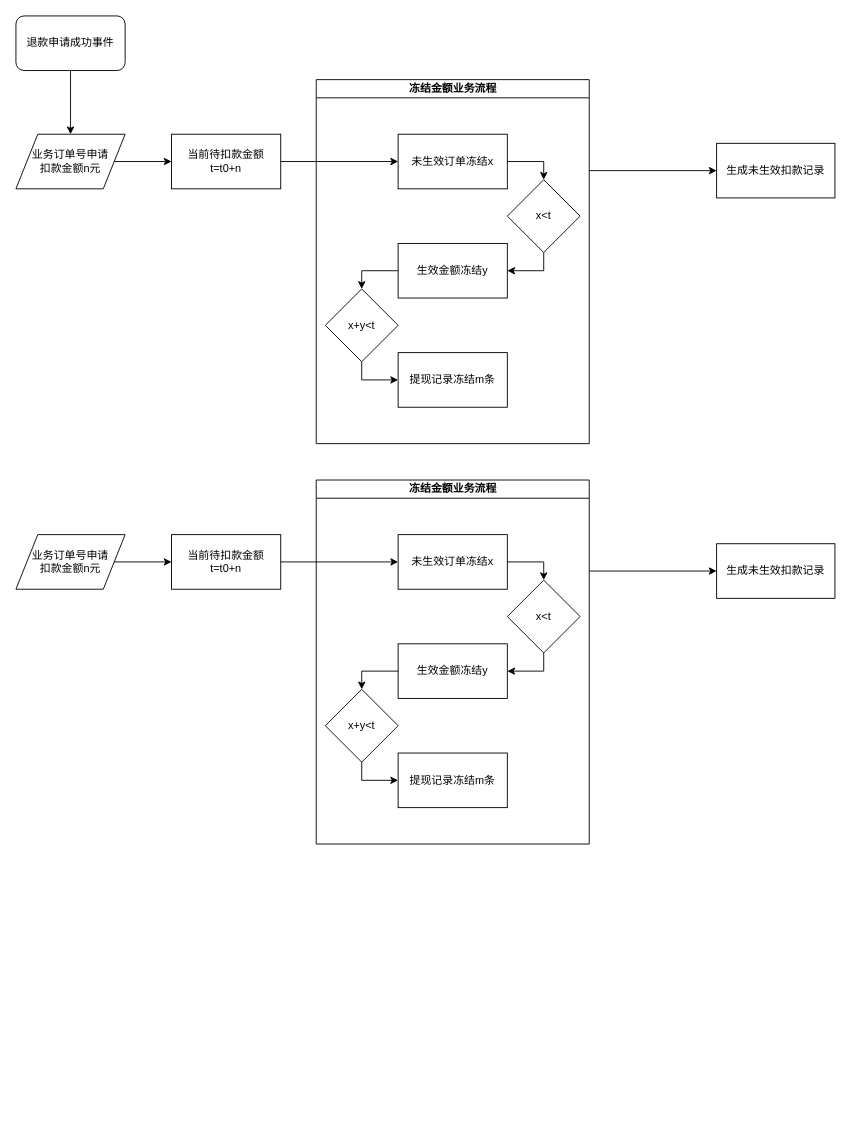
Above: StudyDemo/src/冲账生命周期.drawio in keyeze/StudyPlace (draw.io), before the change. Source tidied: cells renumbered, new cells numbered last; positions are measured from the earlier drawing's top-left corner, leaving out a move shared by most shapes. Both pictures are drawn from the tidied source at 91%, with x=0, y=0 at pixel (15, 15).
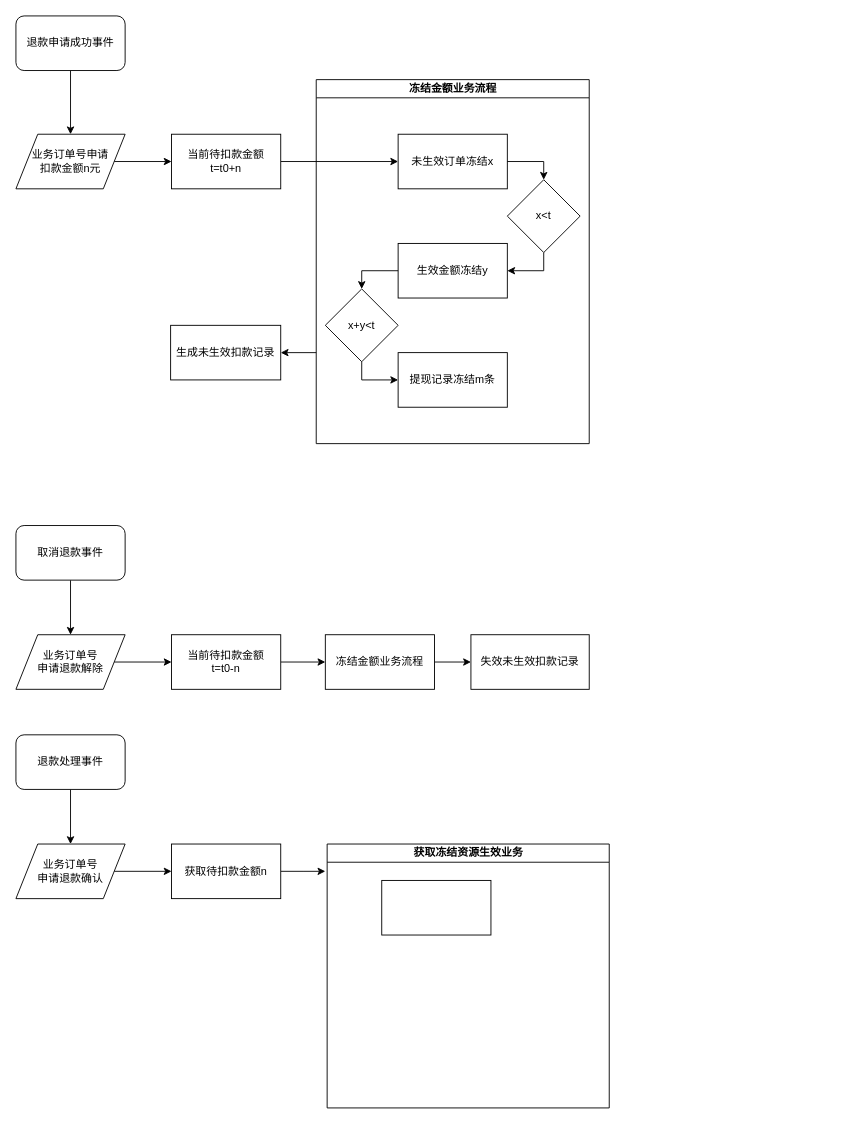
The same diagram, later.

Commit message:
更新冲账生命周期.drawio

The change refers to these unchanged cells:
```xml
<mxCell id="5" value="冻结金额业务流程" style="swimlane;html=1;startSize=20;horizontal=1;containerType=tree;" parent="1" vertex="1">
  <mxGeometry x="330" y="70" width="300" height="400" as="geometry" />
</mxCell>
```

Change to the diagram source:
```diff
@@
-    <mxCell id="4" style="edgeStyle=orthogonalEdgeStyle;rounded=0;jettySize=auto;html=1;exitX=1;exitY=0.25;exitDx=0;exitDy=0;entryX=0;entryY=0.5;entryDx=0;entryDy=0;" parent="1" edge="1" source="5" target="17">
+    <mxCell id="4" style="edgeStyle=orthogonalEdgeStyle;rounded=0;jettySize=auto;html=1;exitX=0;exitY=0.75;exitDx=0;exitDy=0;entryX=1;entryY=0.5;entryDx=0;entryDy=0;" parent="1" edge="1" source="5" target="17">
       <mxGeometry relative="1" as="geometry" />
     </mxCell>
@@
     <mxCell id="17" value="生成未生效扣款记录" style="rounded=0;whiteSpace=wrap;html=1;" parent="1" vertex="1">
-      <mxGeometry x="770" y="140" width="130" height="60" as="geometry" />
+      <mxGeometry x="170" y="340" width="121" height="60" as="geometry" />
     </mxCell>
@@
-    <mxCell id="19" value="业务订单号申请&lt;br&gt;扣款金额n元" style="shape=parallelogram;perimeter=parallelogramPerimeter;whiteSpace=wrap;html=1;" parent="1" vertex="1">
-      <mxGeometry y="570" width="120" height="60" as="geometry" />
+    <mxCell id="19" value="业务订单号&lt;br&gt;申请退款解除" style="shape=parallelogram;perimeter=parallelogramPerimeter;whiteSpace=wrap;html=1;" parent="1" vertex="1">
+      <mxGeometry y="680" width="120" height="60" as="geometry" />
     </mxCell>
-    <mxCell id="20" style="edgeStyle=orthogonalEdgeStyle;rounded=0;jettySize=auto;html=1;exitX=1;exitY=0.25;exitDx=0;exitDy=0;entryX=0;entryY=0.5;entryDx=0;entryDy=0;" parent="1" edge="1" source="21" target="33">
+    <mxCell id="20" style="edgeStyle=orthogonalEdgeStyle;rounded=0;jettySize=auto;html=1;exitX=1;exitY=0.5;exitDx=0;exitDy=0;entryX=0;entryY=0.5;entryDx=0;entryDy=0;" parent="1" edge="1" source="21" target="33">
       <mxGeometry relative="1" as="geometry" />
     </mxCell>
-    <mxCell id="21" value="冻结金额业务流程" style="swimlane;html=1;startSize=20;horizontal=1;containerType=tree;" parent="1" vertex="1">
-      <mxGeometry x="330" y="510" width="300" height="400" as="geometry" />
-    </mxCell>
-    <mxCell id="22" value="提现记录冻结m条" style="rounded=0;whiteSpace=wrap;html=1;" parent="21" vertex="1">
-      <mxGeometry x="90" y="300" width="120" height="60" as="geometry" />
-    </mxCell>
-    <mxCell id="23" value="生效金额冻结y" style="rounded=0;whiteSpace=wrap;html=1;" parent="21" vertex="1">
-      <mxGeometry x="90" y="180" width="120" height="60" as="geometry" />
-    </mxCell>
-    <mxCell id="24" value="未生效订单冻结x" style="rounded=0;whiteSpace=wrap;html=1;" parent="21" vertex="1">
-      <mxGeometry x="90" y="60" width="120" height="60" as="geometry" />
-    </mxCell>
-    <mxCell id="25" value="x&amp;lt;t" style="rhombus;whiteSpace=wrap;html=1;" parent="21" vertex="1">
-      <mxGeometry x="210" y="110" width="80" height="80" as="geometry" />
-    </mxCell>
-    <mxCell id="26" style="edgeStyle=orthogonalEdgeStyle;rounded=0;jettySize=auto;html=1;exitX=1;exitY=0.5;exitDx=0;exitDy=0;entryX=0.5;entryY=0;entryDx=0;entryDy=0;" parent="21" edge="1" source="24" target="25">
-      <mxGeometry relative="1" as="geometry" />
-    </mxCell>
-    <mxCell id="27" style="edgeStyle=orthogonalEdgeStyle;rounded=0;jettySize=auto;html=1;exitX=0.5;exitY=1;exitDx=0;exitDy=0;entryX=1;entryY=0.5;entryDx=0;entryDy=0;" parent="21" edge="1" source="25" target="23">
-      <mxGeometry relative="1" as="geometry" />
-    </mxCell>
-    <mxCell id="28" value="x+y&amp;lt;t" style="rhombus;whiteSpace=wrap;html=1;" parent="21" vertex="1">
-      <mxGeometry x="10" y="230" width="80" height="80" as="geometry" />
-    </mxCell>
-    <mxCell id="29" style="edgeStyle=orthogonalEdgeStyle;rounded=0;jettySize=auto;html=1;exitX=0.5;exitY=1;exitDx=0;exitDy=0;entryX=0;entryY=0.5;entryDx=0;entryDy=0;" parent="21" edge="1" source="28" target="22">
-      <mxGeometry relative="1" as="geometry" />
-    </mxCell>
-    <mxCell id="30" style="edgeStyle=orthogonalEdgeStyle;rounded=0;jettySize=auto;html=1;exitX=0;exitY=0.5;exitDx=0;exitDy=0;entryX=0.5;entryY=0;entryDx=0;entryDy=0;" parent="21" edge="1" source="23" target="28">
-      <mxGeometry relative="1" as="geometry" />
-    </mxCell>
-    <mxCell id="31" style="edgeStyle=orthogonalEdgeStyle;rounded=0;jettySize=auto;html=1;exitX=1;exitY=0.5;exitDx=0;exitDy=0;entryX=0;entryY=0.5;entryDx=0;entryDy=0;" parent="1" edge="1" source="32" target="24">
+    <mxCell id="31" style="edgeStyle=orthogonalEdgeStyle;rounded=0;jettySize=auto;html=1;exitX=1;exitY=0.5;exitDx=0;exitDy=0;entryX=0;entryY=0.5;entryDx=0;entryDy=0;" parent="1" edge="1" source="32" target="21">
       <mxGeometry relative="1" as="geometry" />
     </mxCell>
-    <mxCell id="32" value="当前待扣款金额 &lt;br&gt;t=t0+n" style="rounded=0;whiteSpace=wrap;html=1;" parent="1" vertex="1">
-      <mxGeometry x="171" y="570" width="120" height="60" as="geometry" />
+    <mxCell id="32" value="当前待扣款金额 &lt;br&gt;t=t0-n" style="rounded=0;whiteSpace=wrap;html=1;" parent="1" vertex="1">
+      <mxGeometry x="171" y="680" width="120" height="60" as="geometry" />
     </mxCell>
-    <mxCell id="33" value="生成未生效扣款记录" style="rounded=0;whiteSpace=wrap;html=1;" parent="1" vertex="1">
-      <mxGeometry x="770" y="580" width="130" height="60" as="geometry" />
+    <mxCell id="33" value="失效未生效扣款记录" style="rounded=0;whiteSpace=wrap;html=1;" parent="1" vertex="1">
+      <mxGeometry x="500" y="680" width="130" height="60" as="geometry" />
     </mxCell>
@@
+    <mxCell id="36" style="edgeStyle=orthogonalEdgeStyle;rounded=0;jettySize=auto;html=1;exitX=0.5;exitY=1;exitDx=0;exitDy=0;entryX=0.5;entryY=0;entryDx=0;entryDy=0;" parent="1" edge="1" source="37" target="19">
+      <mxGeometry relative="1" as="geometry" />
+    </mxCell>
+    <mxCell id="37" value="取消退款事件" style="rounded=1;whiteSpace=wrap;html=1;" parent="1" vertex="1">
+      <mxGeometry y="560" width="120" height="60" as="geometry" />
+    </mxCell>
+    <mxCell id="21" value="冻结金额业务流程" style="rounded=0;whiteSpace=wrap;html=1;" parent="1" vertex="1">
+      <mxGeometry x="340" y="680" width="120" height="60" as="geometry" />
+    </mxCell>
+    <mxCell id="38" style="edgeStyle=orthogonalEdgeStyle;rounded=0;jettySize=auto;html=1;exitX=1;exitY=0.5;exitDx=0;exitDy=0;entryX=0;entryY=0.5;entryDx=0;entryDy=0;" parent="1" edge="1" source="39" target="41">
+      <mxGeometry relative="1" as="geometry" />
+    </mxCell>
+    <mxCell id="39" value="业务订单号&lt;br&gt;申请退款确认" style="shape=parallelogram;perimeter=parallelogramPerimeter;whiteSpace=wrap;html=1;" parent="1" vertex="1">
+      <mxGeometry y="910" width="120" height="60" as="geometry" />
+    </mxCell>
+    <mxCell id="40" style="edgeStyle=orthogonalEdgeStyle;rounded=0;jettySize=auto;html=1;exitX=1;exitY=0.5;exitDx=0;exitDy=0;entryX=0;entryY=0.5;entryDx=0;entryDy=0;" parent="1" edge="1" source="41">
+      <mxGeometry relative="1" as="geometry">
+        <mxPoint x="340" y="940" as="targetPoint" />
+      </mxGeometry>
+    </mxCell>
+    <mxCell id="41" value="获取待扣款金额n" style="rounded=0;whiteSpace=wrap;html=1;" parent="1" vertex="1">
+      <mxGeometry x="171" y="910" width="120" height="60" as="geometry" />
+    </mxCell>
+    <mxCell id="42" style="edgeStyle=orthogonalEdgeStyle;rounded=0;jettySize=auto;html=1;exitX=0.5;exitY=1;exitDx=0;exitDy=0;entryX=0.5;entryY=0;entryDx=0;entryDy=0;" parent="1" edge="1" source="43" target="39">
+      <mxGeometry relative="1" as="geometry" />
+    </mxCell>
+    <mxCell id="43" value="退款处理事件" style="rounded=1;whiteSpace=wrap;html=1;" parent="1" vertex="1">
+      <mxGeometry y="790" width="120" height="60" as="geometry" />
+    </mxCell>
+    <mxCell id="44" value="获取冻结资源生效业务" style="swimlane;html=1;startSize=20;horizontal=1;containerType=tree;" parent="1" vertex="1">
+      <mxGeometry x="342" y="910" width="310" height="290" as="geometry" />
+    </mxCell>
+    <mxCell id="45" style="rounded=0;whiteSpace=wrap;html=1;" parent="44" vertex="1">
+      <mxGeometry x="60" y="40" width="120" height="60" as="geometry" />
+    </mxCell>
```
